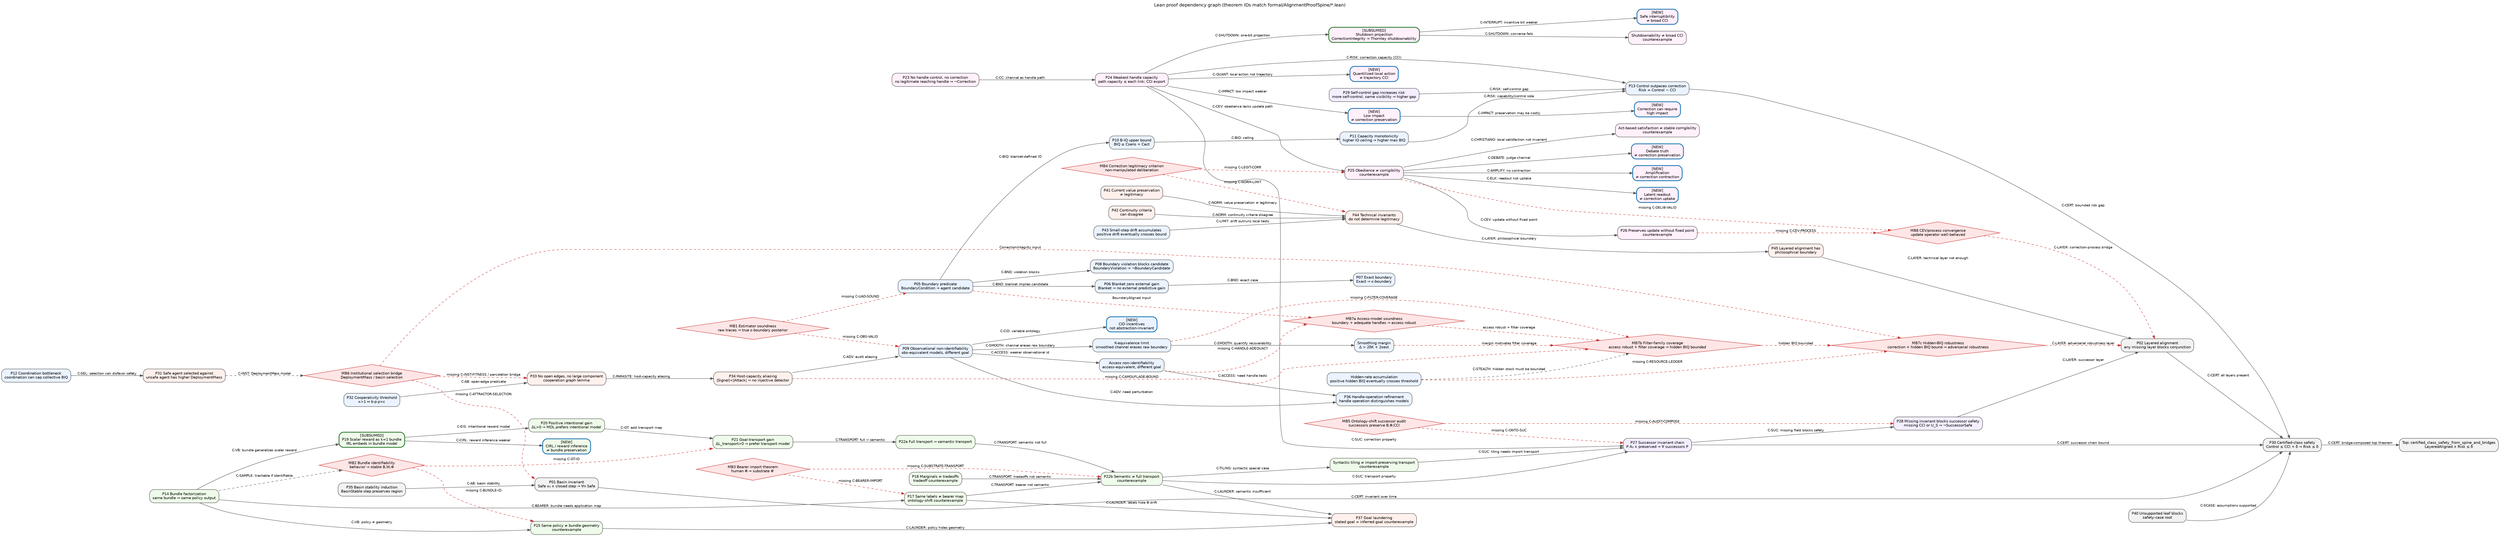
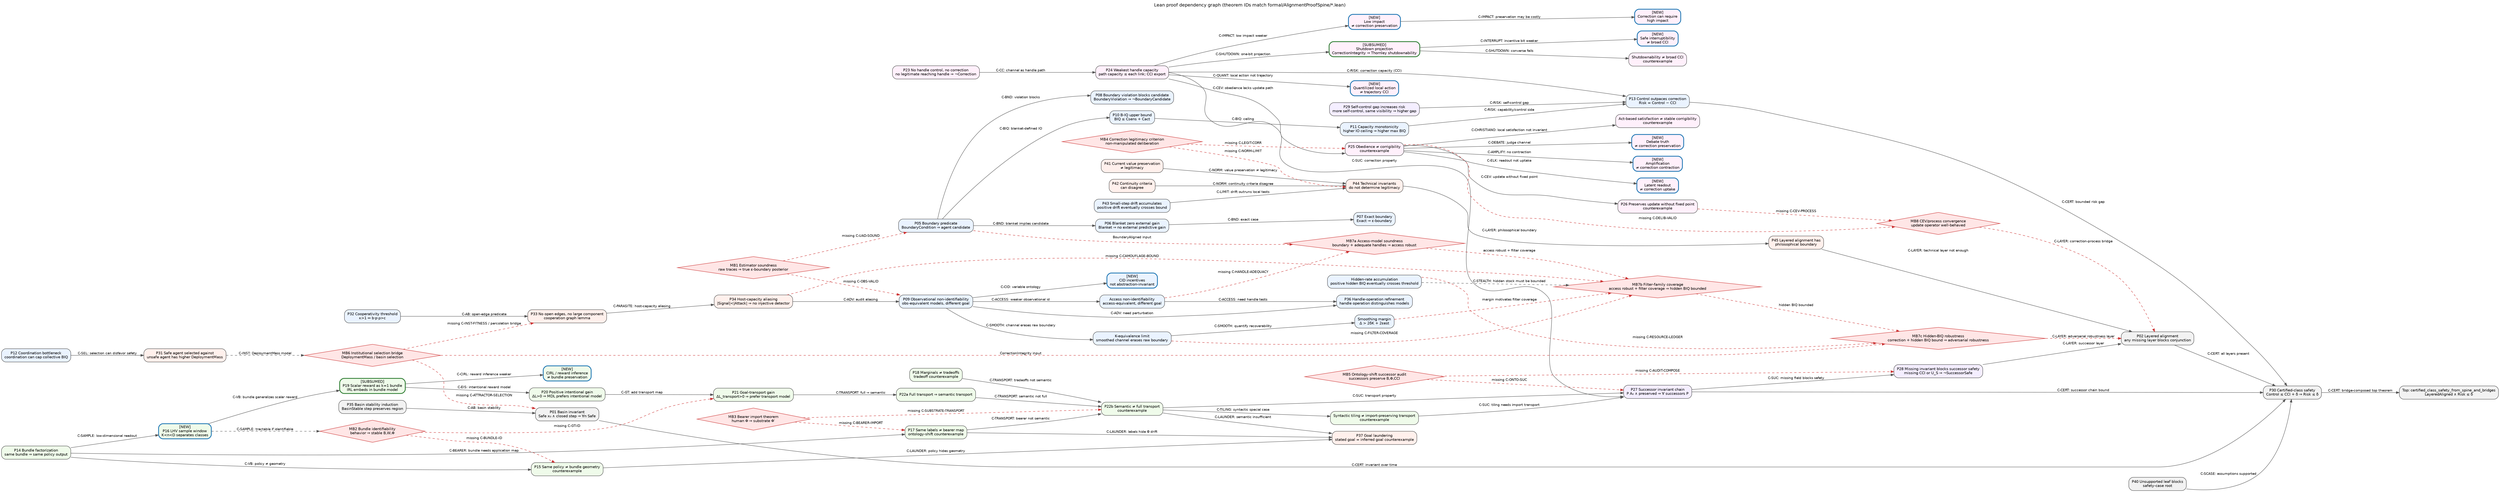
digraph LeanProofDependencies {
  graph [
    rankdir=LR,
    bgcolor="white",
    compound=false,
    splines=true,
    overlap=false,
    fontsize=12,
    fontname="Helvetica",
    label="Lean proof dependency graph (theorem IDs match formal/AlignmentProofSpine/*.lean)",
    labelloc="t"
  ];

  node [shape=box, style="rounded,filled", fontname="Helvetica", fontsize=10, color="#444444", fillcolor="#F8F8F8"];
  edge [fontname="Helvetica", fontsize=9, color="#555555", arrowsize=0.8];

  // Boundaries (ch6–7, 10, 36)
  P05 [label="P05 Boundary predicate\nBoundaryCondition ⇒ agent candidate", fillcolor="#EAF3FF"];
  P06 [label="P06 Blanket zero external gain\nBlanket ⇒ no external predictive gain", fillcolor="#EAF3FF"];
  P07 [label="P07 Exact boundary\nExact ⇒ ε-boundary", fillcolor="#EAF3FF"];
  P08 [label="P08 Boundary violation blocks candidate\nBoundaryViolation ⇒ ¬BoundaryCandidate", fillcolor="#EAF3FF"];
  P09 [label="P09 Observational non-identifiability\nobs-equivalent models, different goal", fillcolor="#EAF3FF"];
  P09A [label="Access non-identifiability\naccess-equivalent, different goal", fillcolor="#EAF3FF"];
  PCID [label="[NEW]\nCID incentives\nnot abstraction-invariant", fillcolor="#EAF3FF", color="#1F77B4", penwidth=2.2];
  P09K [label="K-equivalence limit\nsmoothed channel erases raw boundary", fillcolor="#EAF3FF"];
  P36 [label="P36 Handle-operation refinement\nhandle operation distinguishes models", fillcolor="#EAF3FF"];
  P36M [label="Smoothing margin\nΔ > 2δK + 2εest", fillcolor="#EAF3FF"];

  // Capability (ch11–14, 33, 36)
  P10 [label="P10 B-IQ upper bound\nBIQ ≤ Csens + Cact", fillcolor="#EAF3FF"];
  P11 [label="P11 Capacity monotonicity\nhigher IO ceiling ⇒ higher max BIQ", fillcolor="#EAF3FF"];
  P12 [label="P12 Coordination bottleneck\ncoordination can cap collective BIQ", fillcolor="#EAF3FF"];
  P13 [label="P13 Control outpaces correction\nRisk = Control − CCI", fillcolor="#EAF3FF"];
  P32 [label="P32 Cooperativity threshold\nκ>1 ⇔ b·p·ρ>c", fillcolor="#EAF3FF"];
  P43 [label="P43 Small-step drift accumulates\npositive drift eventually crosses bound", fillcolor="#EAF3FF"];
  P43H [label="Hidden-rate accumulation\npositive hidden BIQ eventually crosses threshold", fillcolor="#EAF3FF"];

  // Bundles (ch15–23)
  P14 [label="P14 Bundle factorization\nsame bundle ⇒ same policy output", fillcolor="#EFFBEA"];
  P15 [label="P15 Same policy ≠ bundle geometry\ncounterexample", fillcolor="#EFFBEA"];
+   P16 [label="[NEW]\nP16 LHV sample window\nK<n<D separates classes", fillcolor="#EFFBEA", color="#1F77B4", penwidth=2.2];
  P17 [label="P17 Same labels ≠ bearer map\nontology-shift counterexample", fillcolor="#EFFBEA"];
  P18 [label="P18 Marginals ≠ tradeoffs\ntradeoff counterexample", fillcolor="#EFFBEA"];
  P19 [label="[SUBSUMED]\nP19 Scalar reward as k=1 bundle\nIRL embeds in bundle model", fillcolor="#EFFBEA", color="#2E7D32", penwidth=2.2];
  PCIRL [label="[NEW]\nCIRL / reward inference\n≠ bundle preservation", fillcolor="#EFFBEA", color="#1F77B4", penwidth=2.2];
  P20 [label="P20 Positive intentional gain\nΔL>0 ⇒ MDL prefers intentional model", fillcolor="#EFFBEA"];
  P21 [label="P21 Goal-transport gain\nΔL_transport>0 ⇒ prefer transport model", fillcolor="#EFFBEA"];
  P22a [label="P22a Full transport ⇒ semantic transport", fillcolor="#EFFBEA"];
  P22b [label="P22b Semantic ≠ full transport\ncounterexample", fillcolor="#EFFBEA"];
  P22T [label="Syntactic tiling ≠ import-preserving transport\ncounterexample", fillcolor="#EFFBEA"];

  // Correction (ch24–27)
  P23 [label="P23 No handle control, no correction\nno legitimate reaching handle ⇒ ¬Correction", fillcolor="#FFF0FB"];
  P24 [label="P24 Weakest handle capacity\npath capacity ≤ each link; CCI export", fillcolor="#FFF0FB"];
  P24S [label="[SUBSUMED]\nShutdown projection\nCorrectionIntegrity ⇒ Thornley shutdownability", fillcolor="#FFF0FB", color="#2E7D32", penwidth=2.2];
  P24X [label="Shutdownability ≠ broad CCI\ncounterexample", fillcolor="#FFF0FB"];
  P24I [label="[NEW]\nSafe interruptibility\n≠ broad CCI", fillcolor="#FFF0FB", color="#1F77B4", penwidth=2.2];
  P24L [label="[NEW]\nLow impact\n≠ correction preservation", fillcolor="#FFF0FB", color="#1F77B4", penwidth=2.2];
  P24H [label="[NEW]\nCorrection can require\nhigh impact", fillcolor="#FFF0FB", color="#1F77B4", penwidth=2.2];
  P24Q [label="[NEW]\nQuantilized local action\n≠ trajectory CCI", fillcolor="#FFF0FB", color="#1F77B4", penwidth=2.2];
  P25 [label="P25 Obedience ≠ corrigibility\ncounterexample", fillcolor="#FFF0FB"];
  P25C [label="Act-based satisfaction ≠ stable corrigibility\ncounterexample", fillcolor="#FFF0FB"];
  P25D [label="[NEW]\nDebate truth\n≠ correction preservation", fillcolor="#FFF0FB", color="#1F77B4", penwidth=2.2];
  P25A [label="[NEW]\nAmplification\n≠ correction contraction", fillcolor="#FFF0FB", color="#1F77B4", penwidth=2.2];
  P25E [label="[NEW]\nLatent readout\n≠ correction uptake", fillcolor="#FFF0FB", color="#1F77B4", penwidth=2.2];
  P26 [label="P26 Preserves update without fixed point\ncounterexample", fillcolor="#FFF0FB"];

  // Successors (ch28–31)
  P27 [label="P27 Successor invariant chain\nP A₀ ∧ preserved ⇒ ∀ successors P", fillcolor="#F4EEFF"];
  P28 [label="P28 Missing invariant blocks successor safety\nmissing CCI or U_S ⇒ ¬SuccessorSafe", fillcolor="#F4EEFF"];
  P29 [label="P29 Self-control gap increases risk\nmore self-control, same visibility ⇒ higher gap", fillcolor="#F4EEFF"];

  // Adversarial / socio-technical (ch32–37)
  P31 [label="P31 Safe agent selected against\nunsafe agent has higher DeploymentMass", fillcolor="#FFF0EC"];
  P33 [label="P33 No open edges, no large component\ncooperation graph lemma", fillcolor="#FFF0EC"];
  P34 [label="P34 Host-capacity aliasing\n|Signal|<|Attack| ⇒ no injective detector", fillcolor="#FFF0EC"];
  P37 [label="P37 Goal laundering\nstated goal = inferred goal counterexample", fillcolor="#FFF0EC"];

  // Philosophy (ch41–44)
  P41 [label="P41 Current value preservation\n≠ legitimacy", fillcolor="#FFF0EC"];
  P42 [label="P42 Continuity criteria\ncan disagree", fillcolor="#FFF0EC"];
  P44 [label="P44 Technical invariants\ndo not determine legitimacy", fillcolor="#FFF0EC"];
  P45 [label="P45 Layered alignment has\nphilosophical boundary", fillcolor="#FFF0EC"];

  // Certification (ch1–5, 35, 39, 44)
  P01 [label="P01 Basin invariant\nSafe x₀ ∧ closed step ⇒ ∀n Safe", fillcolor="#F2F2F2"];
  P35 [label="P35 Basin stability induction\nBasinStable step preserves region", fillcolor="#F2F2F2"];
  P02 [label="P02 Layered alignment\nany missing layer blocks conjunction", fillcolor="#F2F2F2"];
  P30 [label="P30 Certified-class safety\nControl ≤ CCI + δ ⇒ Risk ≤ δ", fillcolor="#F2F2F2"];
  P40 [label="P40 Unsupported leaf blocks\nsafety-case root", fillcolor="#F2F2F2"];
  P30T [label="Top: certified_class_safety_from_spine_and_bridges\nLayeredAligned ∧ Risk ≤ δ", fillcolor="#F2F2F2"];

  // Bridge assumptions (MB1–MB8; MB7 split)
  MB1 [shape=diamond, style="filled", fillcolor="#FFE6E6", color="#CC3333", label="MB1 Estimator soundness\nraw traces ⇒ true ε-boundary posterior"];
  MB2 [shape=diamond, style="filled", fillcolor="#FFE6E6", color="#CC3333", label="MB2 Bundle identifiability\nbehavior ⇒ stable B,W,Φ"];
  MB3 [shape=diamond, style="filled", fillcolor="#FFE6E6", color="#CC3333", label="MB3 Bearer import theorem\nhuman Φ ⇒ substrate Φ′"];
  MB4 [shape=diamond, style="filled", fillcolor="#FFE6E6", color="#CC3333", label="MB4 Correction legitimacy criterion\nnon-manipulated deliberation"];
  MB5 [shape=diamond, style="filled", fillcolor="#FFE6E6", color="#CC3333", label="MB5 Ontology-shift successor audit\nsuccessors preserve B,Φ,CCI"];
  MB6 [shape=diamond, style="filled", fillcolor="#FFE6E6", color="#CC3333", label="MB6 Institutional selection bridge\nDeploymentMass / basin selection"];
  MB7a [shape=diamond, style="filled", fillcolor="#FFE6E6", color="#CC3333", label="MB7a Access-model soundness\nboundary + adequate handles ⇒ access robust"];
  MB7b [shape=diamond, style="filled", fillcolor="#FFE6E6", color="#CC3333", label="MB7b Filter-family coverage\naccess robust + filter coverage ⇒ hidden BIQ bounded"];
  MB7c [shape=diamond, style="filled", fillcolor="#FFE6E6", color="#CC3333", label="MB7c Hidden-BIQ robustness\ncorrection + hidden BIQ bound ⇒ adversarial robustness"];
  MB8 [shape=diamond, style="filled", fillcolor="#FFE6E6", color="#CC3333", label="MB8 CEV/process convergence\nupdate operator well-behaved"];

  // Boundary chain
  P05 -> P06 [label="C-BND: blanket implies candidate"];
  P06 -> P07 [label="C-BND: exact case"];
  P05 -> P08 [label="C-BND: violation blocks"];
  P05 -> P10 [label="C-BIQ: blanket-defined IO"];
  P10 -> P11 [label="C-BIQ: ceiling"];
  P11 -> P13 [label="C-RISK: capability/control side"];

  // Bundle / transport chain
-   P14 -> P19 [label="C-VB: bundle generalizes scalar reward"];
+   P14 -> P16 [label="C-SAMPLE: low-dimensional readout"];
+   P16 -> P19 [label="C-VB: bundle generalizes scalar reward"];
  P19 -> PCIRL [label="C-CIRL: reward inference weaker"];
  P14 -> P15 [label="C-VB: policy ≠ geometry"];
  P14 -> P17 [label="C-BEARER: bundle needs application map"];
  P20 -> P21 [label="C-GT: add transport map"];
  P19 -> P20 [label="C-EIS: intentional reward model"];
  P21 -> P22a [label="C-TRANSPORT: full ⇒ semantic"];
  P22a -> P22b [label="C-TRANSPORT: semantic not full"];
  P22b -> P22T [label="C-TILING: syntactic special case"];
  P17 -> P22b [label="C-TRANSPORT: bearer not semantic"];
  P18 -> P22b [label="C-TRANSPORT: tradeoffs not semantic"];
  P15 -> P37 [label="C-LAUNDER: policy hides geometry"];
  P17 -> P37 [label="C-LAUNDER: labels hide Φ drift"];
  P22b -> P37 [label="C-LAUNDER: semantic insufficient"];
-   P14 -> MB2 [label="C-SAMPLE: tractable if identifiable", style=dashed];
+   P16 -> MB2 [label="C-SAMPLE: tractable if identifiable", style=dashed];

  // Correction chain (handle-controlled)
  P23 -> P24 [label="C-CC: channel as handle path"];
  P24 -> P24S [label="C-SHUTDOWN: one-bit projection"];
  P24S -> P24X [label="C-SHUTDOWN: converse fails"];
  P24S -> P24I [label="C-INTERRUPT: incentive bit weaker"];
  P24 -> P24L [label="C-IMPACT: low impact weaker"];
  P24L -> P24H [label="C-IMPACT: preservation may be costly"];
  P24 -> P24Q [label="C-QUANT: local action not trajectory"];
  P24 -> P25 [label="C-CEV: obedience lacks update path"];
  P25 -> P25C [label="C-CHRISTIANO: local satisfaction not invariant"];
  P25 -> P25D [label="C-DEBATE: judge channel"];
  P25 -> P25A [label="C-AMPLIFY: no contraction"];
  P25 -> P25E [label="C-ELK: readout not uptake"];
  P24 -> P13 [label="C-RISK: correction capacity (CCI)"];
  P25 -> P26 [label="C-CEV: update without fixed point"];
  P22T -> P27 [label="C-SUC: tiling needs import transport"];
  P22b -> P27 [label="C-SUC: transport property"];
  P24 -> P27 [label="C-SUC: correction property"];
  P27 -> P28 [label="C-SUC: missing field blocks safety"];
  P28 -> P02 [label="C-LAYER: successor layer"];
  P29 -> P13 [label="C-RISK: self-control gap"];

  // Adversarial measurement
  P09 -> P09A [label="C-ACCESS: weaker observational id"];
  P09 -> PCID [label="C-CID: variable ontology"];
  P09 -> P36 [label="C-ADV: need perturbation"];
  P09A -> P36 [label="C-ACCESS: need handle tests"];
  P09 -> P09K [label="C-SMOOTH: channel erases raw boundary"];
  P09K -> P36M [label="C-SMOOTH: quantify recoverability"];
  P34 -> P09 [label="C-ADV: audit aliasing"];
  P43H -> MB7b [label="C-STEALTH: hidden stock must be bounded", style=dashed];

  // MB7 bridge chain (matches certified_class_safety_from_spine_and_bridges)
  MB7a -> MB7b [label="access robust + filter coverage", style=dashed, color="#CC3333"];
  MB7b -> MB7c [label="hidden BIQ bounded", style=dashed, color="#CC3333"];
  MB6 -> MB7c [label="CorrectionIntegrity input", style=dashed, color="#CC3333"];
  MB7c -> P02 [label="C-LAYER: adversarial robustness layer", style=dashed, color="#CC3333"];

  // Socio-technical selection
  P12 -> P31 [label="C-SEL: selection can disfavor safety"];
  P31 -> MB6 [label="C-INST: DeploymentMass model", style=dashed];
  P32 -> P33 [label="C-AB: open-edge predicate"];
  P33 -> P34 [label="C-PARASITE: host-capacity aliasing"];

  // Philosophy limits
  P43 -> P44 [label="C-LIMIT: drift outruns local tests"];
  P41 -> P44 [label="C-NORM: value preservation ≠ legitimacy"];
  P42 -> P44 [label="C-NORM: continuity criteria disagree"];
  P44 -> P45 [label="C-LAYER: philosophical boundary"];
  P45 -> P02 [label="C-LAYER: technical layer not enough"];

  // Certification top
  P35 -> P01 [label="C-AB: basin stability"];
  P01 -> P30 [label="C-CERT: invariant over time"];
  P02 -> P30 [label="C-CERT: all layers present"];
  P13 -> P30 [label="C-CERT: bounded risk gap"];
  P27 -> P30 [label="C-CERT: successor chain bound"];
  P40 -> P30 [label="C-SCASE: assumptions supported"];
  P30 -> P30T [label="C-CERT: bridge-composed top theorem"];
  MB8 -> P02 [label="C-LAYER: correction-process bridge", style=dashed, color="#CC3333"];

  // Bridge gaps into structure
  MB1 -> P05 [label="missing C-UAD-SOUND", style=dashed, color="#CC3333"];
  MB1 -> P09 [label="missing C-OBS-VALID", style=dashed, color="#CC3333"];
  MB2 -> P15 [label="missing C-BUNDLE-ID", style=dashed, color="#CC3333"];
  MB2 -> P21 [label="missing C-GT-ID", style=dashed, color="#CC3333"];
  MB3 -> P17 [label="missing C-BEARER-IMPORT", style=dashed, color="#CC3333"];
  MB3 -> P22b [label="missing C-SUBSTRATE-TRANSPORT", style=dashed, color="#CC3333"];
  MB4 -> P25 [label="missing C-LEGIT-CORR", style=dashed, color="#CC3333"];
  MB4 -> P44 [label="missing C-NORM-LIMIT", style=dashed, color="#CC3333"];
  MB5 -> P27 [label="missing C-ONTO-SUC", style=dashed, color="#CC3333"];
  MB5 -> P28 [label="missing C-AUDIT-COMPOSE", style=dashed, color="#CC3333"];
  MB6 -> P33 [label="missing C-INST-FITNESS / percolation bridge", style=dashed, color="#CC3333"];
  MB6 -> P01 [label="missing C-ATTRACTOR-SELECTION", style=dashed, color="#CC3333"];
  P05 -> MB7a [label="BoundaryAligned input", style=dashed, color="#CC3333"];
  P09A -> MB7a [label="missing C-HANDLE-ADEQUACY", style=dashed, color="#CC3333"];
  P36M -> MB7b [label="margin motivates filter coverage", style=dashed, color="#CC3333"];
  P09K -> MB7b [label="missing C-FILTER-COVERAGE", style=dashed, color="#CC3333"];
  P34 -> MB7b [label="missing C-CAMOUFLAGE-BOUND", style=dashed, color="#CC3333"];
  P43H -> MB7c [label="missing C-RESOURCE-LEDGER", style=dashed, color="#CC3333"];
  P26 -> MB8 [label="missing C-CEV-PROCESS", style=dashed, color="#CC3333"];
  P25 -> MB8 [label="missing C-DELIB-VALID", style=dashed, color="#CC3333"];
}
